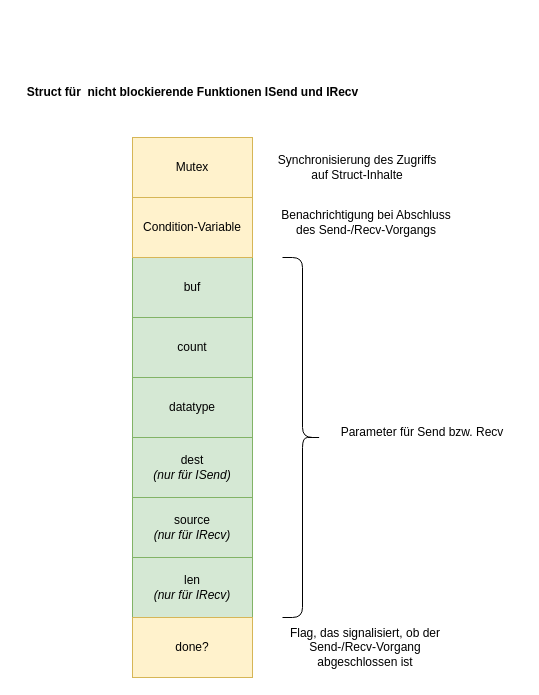
This is docs/Struct_ISend_IRecv.drawio from Thomas12141/Betriebssysteme_Praktikum, a draw.io file, before an edit. Source tidied: cells renumbered, new cells numbered last; positions are measured from the earlier drawing's top-left corner, leaving out a move shared by most shapes. Both pictures are drawn from the tidied source at 100%, with x=0, y=0 at pixel (17, 77).
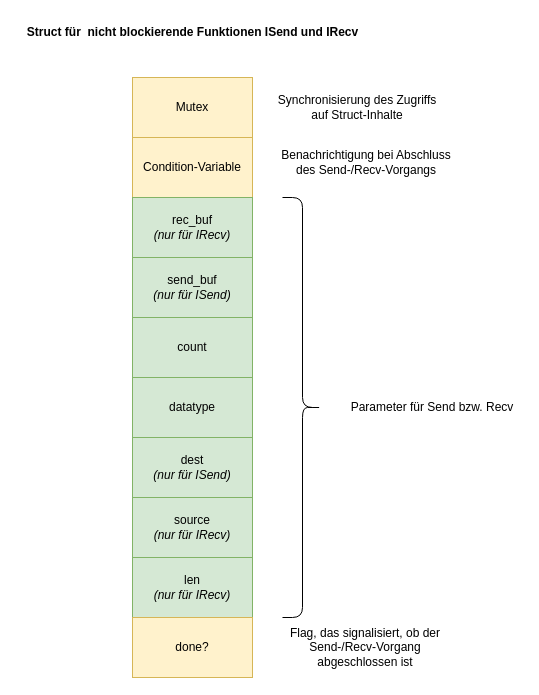
After the change.

Commit message (it also covers changes not shown here):
Implement ISend

Change to the diagram source:
```diff
@@
 <mxGraphModel>
   <root>
     <mxCell id="0" />
     <mxCell id="1" parent="0" />
     <mxCell id="2" value="Mutex" style="rounded=0;whiteSpace=wrap;html=1;fillColor=#fff2cc;strokeColor=#d6b656;" parent="1" vertex="1">
-      <mxGeometry x="115" y="60" width="120" height="60" as="geometry" />
+      <mxGeometry x="115" width="120" height="60" as="geometry" />
     </mxCell>
-    <mxCell id="3" value="buf" style="rounded=0;whiteSpace=wrap;html=1;fillColor=#d5e8d4;strokeColor=#82b366;" parent="1" vertex="1">
+    <mxCell id="3" value="send_buf&lt;br&gt;&lt;i&gt;(nur für ISend)&lt;/i&gt;" style="rounded=0;whiteSpace=wrap;html=1;fillColor=#d5e8d4;strokeColor=#82b366;" parent="1" vertex="1">
       <mxGeometry x="115" y="180" width="120" height="60" as="geometry" />
     </mxCell>
     <mxCell id="4" value="count" style="rounded=0;whiteSpace=wrap;html=1;fillColor=#d5e8d4;strokeColor=#82b366;" parent="1" vertex="1">
       <mxGeometry x="115" y="240" width="120" height="60" as="geometry" />
     </mxCell>
     <mxCell id="5" value="datatype" style="rounded=0;whiteSpace=wrap;html=1;fillColor=#d5e8d4;strokeColor=#82b366;" parent="1" vertex="1">
       <mxGeometry x="115" y="300" width="120" height="60" as="geometry" />
     </mxCell>
     <mxCell id="6" value="dest&lt;br&gt;&lt;i&gt;(nur für ISend)&lt;/i&gt;" style="rounded=0;whiteSpace=wrap;html=1;fillColor=#d5e8d4;strokeColor=#82b366;" parent="1" vertex="1">
       <mxGeometry x="115" y="360" width="120" height="60" as="geometry" />
     </mxCell>
     <mxCell id="7" value="source&lt;br&gt;&lt;i&gt;(nur für IRecv)&lt;/i&gt;" style="rounded=0;whiteSpace=wrap;html=1;fillColor=#d5e8d4;strokeColor=#82b366;" parent="1" vertex="1">
       <mxGeometry x="115" y="420" width="120" height="60" as="geometry" />
     </mxCell>
     <mxCell id="8" value="len&lt;br&gt;&lt;i&gt;(nur für IRecv)&lt;/i&gt;" style="rounded=0;whiteSpace=wrap;html=1;fillColor=#d5e8d4;strokeColor=#82b366;" parent="1" vertex="1">
       <mxGeometry x="115" y="480" width="120" height="60" as="geometry" />
     </mxCell>
     <mxCell id="9" style="shape=curlyBracket;whiteSpace=wrap;html=1;rounded=1;flipH=1;labelPosition=right;verticalLabelPosition=middle;align=left;verticalAlign=middle;" parent="1" vertex="1">
-      <mxGeometry x="265" y="180" width="40" height="360" as="geometry" />
+      <mxGeometry x="265" y="120" width="40" height="420" as="geometry" />
     </mxCell>
     <mxCell id="10" value="Synchronisierung des Zugriffs auf Struct-Inhalte" style="text;html=1;strokeColor=none;fillColor=none;align=center;verticalAlign=middle;whiteSpace=wrap;rounded=0;" parent="1" vertex="1">
-      <mxGeometry x="250" y="75" width="180" height="30" as="geometry" />
+      <mxGeometry x="250" y="15" width="180" height="30" as="geometry" />
     </mxCell>
     <mxCell id="11" value="Parameter für Send bzw. Recv" style="text;html=1;strokeColor=none;fillColor=none;align=center;verticalAlign=middle;whiteSpace=wrap;rounded=0;" parent="1" vertex="1">
-      <mxGeometry x="315" y="340" width="180" height="30" as="geometry" />
+      <mxGeometry x="325" y="315" width="180" height="30" as="geometry" />
     </mxCell>
     <mxCell id="12" value="&lt;b&gt;Struct für&amp;nbsp; nicht blockierende Funktionen ISend und IRecv&lt;/b&gt;" style="text;html=1;align=center;verticalAlign=middle;strokeColor=none;fillColor=none;" parent="1" vertex="1">
-      <mxGeometry width="350" height="30" as="geometry" />
+      <mxGeometry y="-60" width="350" height="30" as="geometry" />
     </mxCell>
     <mxCell id="13" value="done?" style="rounded=0;whiteSpace=wrap;html=1;fillColor=#fff2cc;strokeColor=#d6b656;" parent="1" vertex="1">
       <mxGeometry x="115" y="540" width="120" height="60" as="geometry" />
     </mxCell>
     <mxCell id="14" value="Flag, das signalisiert, ob der Send-/Recv-Vorgang abgeschlossen ist" style="text;html=1;strokeColor=none;fillColor=none;align=center;verticalAlign=middle;whiteSpace=wrap;rounded=0;" parent="1" vertex="1">
       <mxGeometry x="250" y="555" width="196" height="30" as="geometry" />
     </mxCell>
     <mxCell id="15" value="Condition-Variable" style="rounded=0;whiteSpace=wrap;html=1;fillColor=#fff2cc;strokeColor=#d6b656;" parent="1" vertex="1">
-      <mxGeometry x="115" y="120" width="120" height="60" as="geometry" />
+      <mxGeometry x="115" y="60" width="120" height="60" as="geometry" />
     </mxCell>
     <mxCell id="16" value="Benachrichtigung bei Abschluss des Send-/Recv-Vorgangs" style="text;html=1;strokeColor=none;fillColor=none;align=center;verticalAlign=middle;whiteSpace=wrap;rounded=0;" parent="1" vertex="1">
-      <mxGeometry x="259" y="130" width="180" height="30" as="geometry" />
+      <mxGeometry x="259" y="70" width="180" height="30" as="geometry" />
     </mxCell>
+    <mxCell id="17" value="rec_buf&lt;br&gt;&lt;i&gt;(nur für IRecv)&lt;/i&gt;" style="rounded=0;whiteSpace=wrap;html=1;fillColor=#d5e8d4;strokeColor=#82b366;" parent="1" vertex="1">
+      <mxGeometry x="115" y="120" width="120" height="60" as="geometry" />
+    </mxCell>
   </root>
 </mxGraphModel>
```
